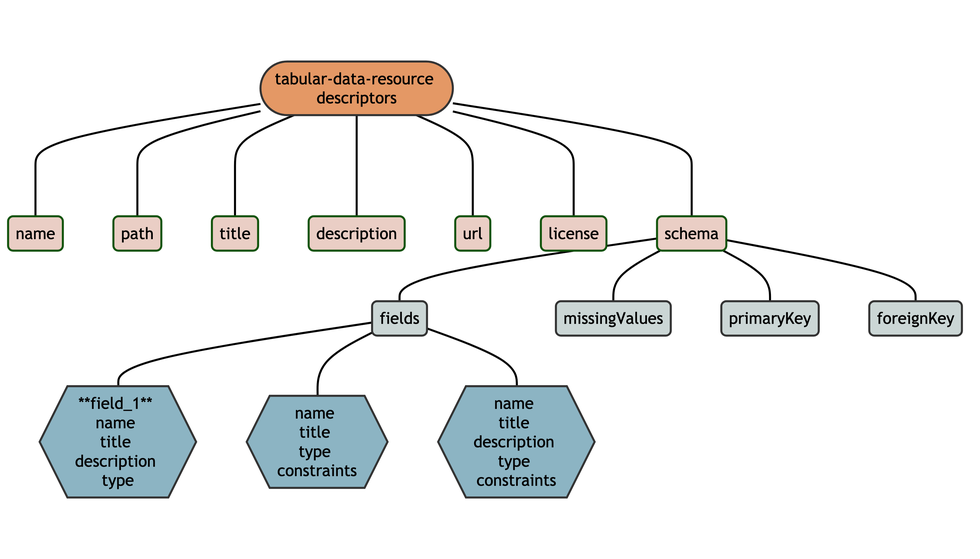
The Mermaid diagram vignettes/codec_metadata.png in geomarker-io/codec, before a commit. Its source is kept beside it as vignettes/codec_metadata.mmd.
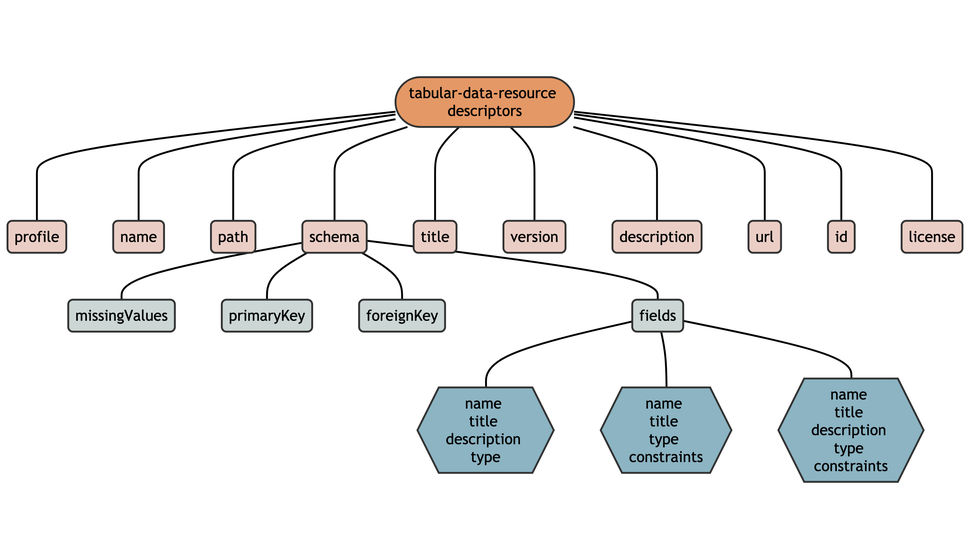
Later version of the same file.

Commit message:
add experimental helper release function; expand codec metadata descriptors to include profile, version, and id

Change to the diagram source:
```diff
@@ -1,35 +1,41 @@
 flowchart TB
 
 classDef I fill:#E49865,stroke:#333,stroke-width:2px;
-classDef II fill:#EACEC5,stroke:#,stroke-width:2px;
+classDef II fill:#EACEC5,stroke:#333,stroke-width:2px;
 classDef III fill:#CBD6D5,stroke:#333,stroke-width:2px;
 classDef IIII fill:#8CB4C3,stroke:#333,stroke-width:2px;
 classDef IV fill:#F6EDDE,stroke:#333,stroke-width:2px;
 
 tdr([tabular-data-resource \n descriptors]):::I
 
+profile(profile):::II
+
 name(name):::II
 path(path):::II
+schema(schema):::II
 title(title):::II
+version(version):::II
 description(description):::II
 url(url):::II
+id(id):::II
 license(license):::II
-schema(schema):::II
 
-tdr ---- schema
-
+tdr ---- profile
 tdr ---- name
 tdr ---- path
+tdr ---- schema
 tdr ---- title
+tdr ---- version
 tdr ---- description
 tdr ---- url
+tdr ---- id
 tdr ---- license
 
-schema --- fields(fields):::III
 schema --- missingValues(missingValues):::III
 schema --- primaryKey(primaryKey):::III
 schema --- foreignKey(foreignKey):::III
+schema --- fields(fields):::III
 
-fields --- field_name_1{{**field_1** \n name \n title \n description \n type}}:::IIII
+fields --- field_name_1{{name \n title \n description \n type}}:::IIII
 fields --- field_name_2{{name \n title \n type \n constraints}}:::IIII
 fields --- field_name_3{{name \n title \n description \n type \n constraints}}:::IIII
```
